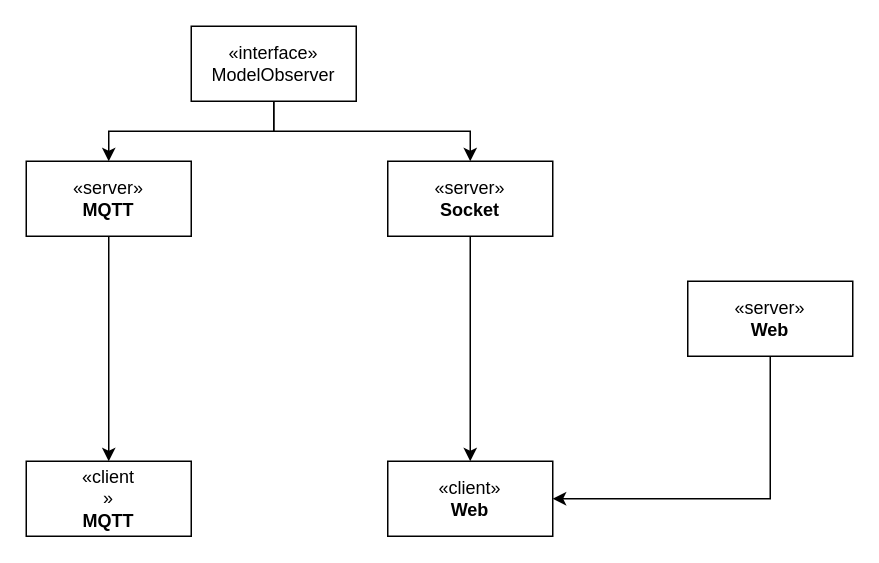
The draw.io diagram cec.drawio in Ro0t-set/Assignment-01-Patriti, before the edit. Source tidied: cells renumbered, new cells numbered last; positions are measured from the earlier drawing's top-left corner, leaving out a move shared by most shapes. Both pictures are drawn from the tidied source at 150%, with x=0, y=0 at pixel (26, 26).
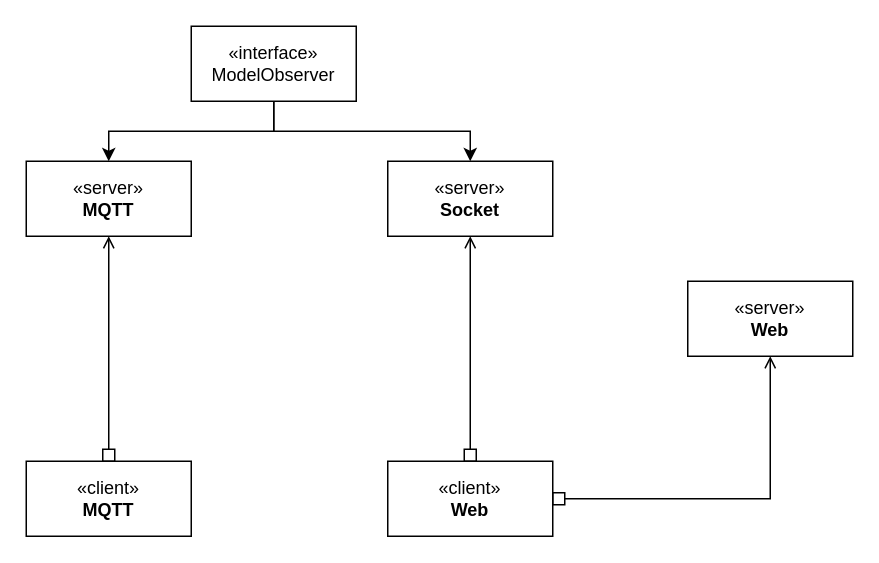
Above is the later version.

The edit, as a diff of the source:
```diff
@@
 <mxGraphModel>
   <root>
     <mxCell id="0" />
     <mxCell id="1" parent="0" />
     <mxCell id="2" style="edgeStyle=orthogonalEdgeStyle;rounded=0;jettySize=auto;html=1;exitX=0.5;exitY=1;exitDx=0;exitDy=0;entryX=0.5;entryY=0;entryDx=0;entryDy=0;" parent="1" edge="1" source="4" target="6">
       <mxGeometry relative="1" as="geometry" />
     </mxCell>
     <mxCell id="3" style="edgeStyle=orthogonalEdgeStyle;rounded=0;jettySize=auto;html=1;exitX=0.5;exitY=1;exitDx=0;exitDy=0;entryX=0.5;entryY=0;entryDx=0;entryDy=0;" parent="1" edge="1" source="4" target="8">
       <mxGeometry relative="1" as="geometry" />
     </mxCell>
     <mxCell id="4" value="«interface»&lt;br&gt;ModelObserver" style="html=1;whiteSpace=wrap;" parent="1" vertex="1">
       <mxGeometry x="110" width="110" height="50" as="geometry" />
     </mxCell>
-    <mxCell id="5" style="edgeStyle=orthogonalEdgeStyle;rounded=0;jettySize=auto;html=1;exitX=0.5;exitY=1;exitDx=0;exitDy=0;entryX=0.5;entryY=0;entryDx=0;entryDy=0;" parent="1" edge="1" source="6" target="12">
+    <mxCell id="5" style="edgeStyle=orthogonalEdgeStyle;rounded=0;jettySize=auto;html=1;exitX=0.5;exitY=1;exitDx=0;exitDy=0;entryX=0.5;entryY=0;entryDx=0;entryDy=0;endArrow=box;endFill=0;startArrow=open;startFill=0;" parent="1" edge="1" source="6" target="12">
       <mxGeometry relative="1" as="geometry" />
     </mxCell>
     <mxCell id="6" value="«server»&lt;br&gt;&lt;b&gt;MQTT&lt;/b&gt;" style="html=1;whiteSpace=wrap;" parent="1" vertex="1">
       <mxGeometry y="90" width="110" height="50" as="geometry" />
     </mxCell>
-    <mxCell id="7" style="edgeStyle=orthogonalEdgeStyle;rounded=0;jettySize=auto;html=1;exitX=0.5;exitY=1;exitDx=0;exitDy=0;entryX=0.5;entryY=0;entryDx=0;entryDy=0;" parent="1" edge="1" source="8" target="11">
+    <mxCell id="7" style="edgeStyle=orthogonalEdgeStyle;rounded=0;jettySize=auto;html=1;exitX=0.5;exitY=1;exitDx=0;exitDy=0;entryX=0.5;entryY=0;entryDx=0;entryDy=0;endArrow=box;endFill=0;startArrow=open;startFill=0;" parent="1" edge="1" source="8" target="11">
       <mxGeometry relative="1" as="geometry" />
     </mxCell>
     <mxCell id="8" value="«server»&lt;br&gt;&lt;b&gt;Socket&lt;/b&gt;" style="html=1;whiteSpace=wrap;" parent="1" vertex="1">
       <mxGeometry x="241" y="90" width="110" height="50" as="geometry" />
     </mxCell>
-    <mxCell id="9" style="edgeStyle=orthogonalEdgeStyle;rounded=0;jettySize=auto;html=1;exitX=0.5;exitY=1;exitDx=0;exitDy=0;entryX=1;entryY=0.5;entryDx=0;entryDy=0;" parent="1" edge="1" source="10" target="11">
+    <mxCell id="9" style="edgeStyle=orthogonalEdgeStyle;rounded=0;jettySize=auto;html=1;exitX=0.5;exitY=1;exitDx=0;exitDy=0;entryX=1;entryY=0.5;entryDx=0;entryDy=0;endArrow=box;endFill=0;startArrow=open;startFill=0;" parent="1" edge="1" source="10" target="11">
       <mxGeometry relative="1" as="geometry" />
     </mxCell>
     <mxCell id="10" value="«server»&lt;br&gt;&lt;b&gt;Web&lt;/b&gt;" style="html=1;whiteSpace=wrap;" parent="1" vertex="1">
       <mxGeometry x="441" y="170" width="110" height="50" as="geometry" />
     </mxCell>
     <mxCell id="11" value="«client»&lt;br&gt;&lt;b&gt;Web&lt;/b&gt;" style="html=1;whiteSpace=wrap;" parent="1" vertex="1">
       <mxGeometry x="241" y="290" width="110" height="50" as="geometry" />
     </mxCell>
-    <mxCell id="12" value="«client&lt;br&gt;»&lt;br&gt;&lt;b&gt;MQTT&lt;/b&gt;" style="html=1;whiteSpace=wrap;" parent="1" vertex="1">
+    <mxCell id="12" value="«client»&lt;br&gt;&lt;b&gt;MQTT&lt;/b&gt;" style="html=1;whiteSpace=wrap;" parent="1" vertex="1">
       <mxGeometry y="290" width="110" height="50" as="geometry" />
     </mxCell>
   </root>
 </mxGraphModel>
```
